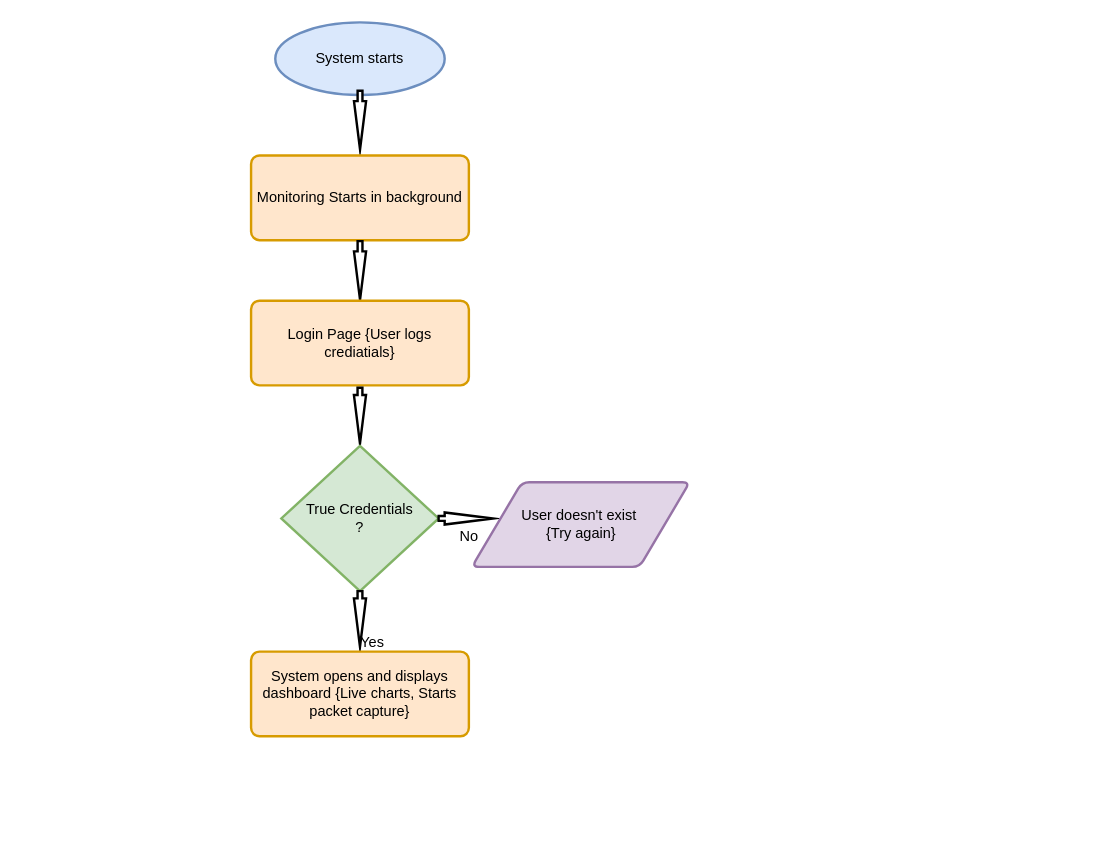
This is docs/Untitled Diagram.drawio from Bigst3pp3r/Simple-Network-Monitoring-System-main, a draw.io file, before an edit. Source tidied: cells renumbered, new cells numbered last; positions are measured from the earlier drawing's top-left corner, leaving out a move shared by most shapes. Both pictures are drawn from the tidied source at 121%, with x=0, y=0 at pixel (250, 22).
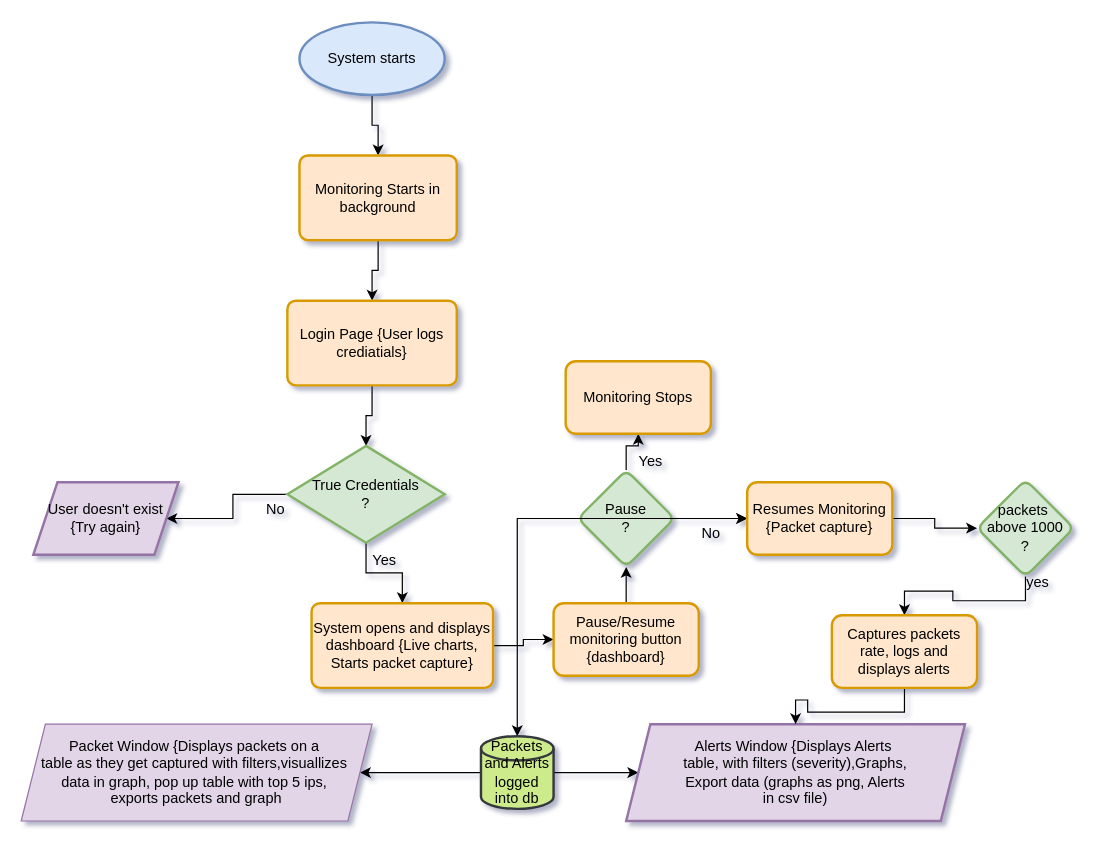
The same diagram, later.

What changed in the source:
```diff
@@
-<mxGraphModel background="#ffffff">
+<mxGraphModel background="#ffffff" shadow="1">
@@
+    <mxCell id="15" style="edgeStyle=orthogonalEdgeStyle;rounded=0;jettySize=auto;html=1;" parent="1" edge="1" source="2" target="4">
+      <mxGeometry relative="1" as="geometry" />
+    </mxCell>
     <mxCell id="2" value="System starts" style="strokeWidth=2;html=1;shape=mxgraph.flowchart.start_1;whiteSpace=wrap;fillColor=#dae8fc;strokeColor=#6c8ebf;" parent="1" vertex="1">
-      <mxGeometry x="20" width="140" height="60" as="geometry" />
+      <mxGeometry x="40" width="120" height="60" as="geometry" />
     </mxCell>
-    <mxCell id="3" style="verticalLabelPosition=bottom;verticalAlign=top;html=1;strokeWidth=2;shape=mxgraph.arrows2.arrow;dy=0.6;dx=40;notch=0;rotation=90;" parent="1" vertex="1">
-      <mxGeometry x="65.8" y="75.8" width="48.5" height="10" as="geometry" />
-    </mxCell>
+    <mxCell id="16" style="edgeStyle=orthogonalEdgeStyle;rounded=0;jettySize=auto;html=1;" parent="1" edge="1" source="4" target="6">
+      <mxGeometry relative="1" as="geometry" />
+    </mxCell>
     <mxCell id="4" value="Monitoring Starts in background" style="rounded=1;whiteSpace=wrap;html=1;absoluteArcSize=1;arcSize=14;strokeWidth=2;fillColor=#ffe6cc;strokeColor=#d79b00;" parent="1" vertex="1">
-      <mxGeometry y="110" width="180" height="70" as="geometry" />
+      <mxGeometry x="40" y="110" width="130" height="70" as="geometry" />
     </mxCell>
-    <mxCell id="5" style="verticalLabelPosition=bottom;verticalAlign=top;html=1;strokeWidth=2;shape=mxgraph.arrows2.arrow;dy=0.6;dx=40;notch=0;rotation=90;" parent="1" vertex="1">
-      <mxGeometry x="65.8" y="200" width="48.5" height="10" as="geometry" />
-    </mxCell>
+    <mxCell id="17" style="edgeStyle=orthogonalEdgeStyle;rounded=0;jettySize=auto;html=1;" parent="1" edge="1" source="6" target="8">
+      <mxGeometry relative="1" as="geometry" />
+    </mxCell>
     <mxCell id="6" value="Login Page {User logs crediatials}" style="rounded=1;whiteSpace=wrap;html=1;absoluteArcSize=1;arcSize=14;strokeWidth=2;fillColor=#ffe6cc;strokeColor=#d79b00;" parent="1" vertex="1">
-      <mxGeometry y="230" width="180" height="70" as="geometry" />
+      <mxGeometry x="30" y="230" width="140" height="70" as="geometry" />
     </mxCell>
-    <mxCell id="7" style="verticalLabelPosition=bottom;verticalAlign=top;html=1;strokeWidth=2;shape=mxgraph.arrows2.arrow;dy=0.6;dx=40;notch=0;rotation=90;" parent="1" vertex="1">
-      <mxGeometry x="67" y="320" width="46" height="10" as="geometry" />
-    </mxCell>
+    <mxCell id="18" style="edgeStyle=orthogonalEdgeStyle;rounded=0;jettySize=auto;html=1;" parent="1" edge="1" source="8" target="14">
+      <mxGeometry relative="1" as="geometry" />
+    </mxCell>
+    <mxCell id="19" style="edgeStyle=orthogonalEdgeStyle;rounded=0;jettySize=auto;html=1;" parent="1" edge="1" source="8" target="13">
+      <mxGeometry relative="1" as="geometry" />
+    </mxCell>
     <mxCell id="8" value="True Credentials&lt;div&gt;?&lt;/div&gt;" style="strokeWidth=2;html=1;shape=mxgraph.flowchart.decision;whiteSpace=wrap;fillColor=#d5e8d4;strokeColor=#82b366;" parent="1" vertex="1">
-      <mxGeometry x="25" y="350" width="130" height="120" as="geometry" />
+      <mxGeometry x="30" y="350" width="130" height="80" as="geometry" />
     </mxCell>
     <mxCell id="9" value="Yes" style="text;html=1;align=center;verticalAlign=middle;strokeColor=none;fillColor=none;" parent="1" vertex="1">
-      <mxGeometry x="80" y="498" width="40" height="30" as="geometry" />
+      <mxGeometry x="90" y="430" width="40" height="30" as="geometry" />
     </mxCell>
-    <mxCell id="10" style="verticalLabelPosition=bottom;verticalAlign=top;html=1;strokeWidth=2;shape=mxgraph.arrows2.arrow;dy=0.6;dx=40;notch=0;rotation=0;" parent="1" vertex="1">
-      <mxGeometry x="155" y="405" width="45" height="10" as="geometry" />
-    </mxCell>
-    <mxCell id="11" value="No" style="text;html=1;align=center;verticalAlign=middle;strokeColor=none;fillColor=none;" parent="1" vertex="1">
-      <mxGeometry x="160" y="410" width="40" height="30" as="geometry" />
-    </mxCell>
-    <mxCell id="12" style="verticalLabelPosition=bottom;verticalAlign=top;html=1;strokeWidth=2;shape=mxgraph.arrows2.arrow;dy=0.6;dx=40;notch=0;rotation=90;" parent="1" vertex="1">
-      <mxGeometry x="67" y="488" width="46" height="10" as="geometry" />
-    </mxCell>
+    <mxCell id="20" style="edgeStyle=orthogonalEdgeStyle;rounded=0;jettySize=auto;html=1;" parent="1" edge="1" source="14" target="22">
+      <mxGeometry relative="1" as="geometry" />
+    </mxCell>
+    <mxCell id="14" value="System opens and displays dashboard {Live charts, Starts packet capture}" style="rounded=1;whiteSpace=wrap;html=1;absoluteArcSize=1;arcSize=14;strokeWidth=2;fillColor=#ffe6cc;strokeColor=#d79b00;" parent="1" vertex="1">
+      <mxGeometry x="50" y="480" width="150" height="70" as="geometry" />
+    </mxCell>
+    <mxCell id="21" style="edgeStyle=orthogonalEdgeStyle;rounded=0;jettySize=auto;html=1;" parent="1" edge="1" source="22" target="27">
+      <mxGeometry relative="1" as="geometry" />
+    </mxCell>
+    <mxCell id="22" value="Pause/Resume monitoring button {dashboard}" style="rounded=1;whiteSpace=wrap;html=1;fillColor=#ffe6cc;strokeColor=#d79b00;arcSize=14;strokeWidth=2;" parent="1" vertex="1">
+      <mxGeometry x="250" y="480" width="120" height="60" as="geometry" />
+    </mxCell>
-    <mxCell id="13" value="User doesn't exist&amp;nbsp;&lt;div&gt;{Try again}&lt;/div&gt;" style="shape=parallelogram;html=1;strokeWidth=2;perimeter=parallelogramPerimeter;whiteSpace=wrap;rounded=1;arcSize=12;size=0.23;fillColor=#e1d5e7;strokeColor=#9673a6;" parent="1" vertex="1">
-      <mxGeometry x="182.5" y="380" width="180" height="70" as="geometry" />
+    <mxCell id="13" value="User doesn't exist&lt;div&gt;{Try again}&lt;/div&gt;" style="shape=parallelogram;perimeter=parallelogramPerimeter;whiteSpace=wrap;html=1;fixedSize=1;fillColor=#e1d5e7;strokeColor=#9673a6;strokeWidth=2;" parent="1" vertex="1">
+      <mxGeometry x="-180" y="380" width="120" height="60" as="geometry" />
     </mxCell>
-    <mxCell id="14" value="System opens and displays dashboard {Live charts, Starts packet capture}" style="rounded=1;whiteSpace=wrap;html=1;absoluteArcSize=1;arcSize=14;strokeWidth=2;fillColor=#ffe6cc;strokeColor=#d79b00;" parent="1" vertex="1">
-      <mxGeometry y="520" width="180" height="70" as="geometry" />
-    </mxCell>
+    <mxCell id="23" value="No" style="text;html=1;align=center;verticalAlign=middle;strokeColor=none;fillColor=none;" parent="1" vertex="1">
+      <mxGeometry y="388" width="40" height="30" as="geometry" />
+    </mxCell>
+    <mxCell id="24" style="edgeStyle=orthogonalEdgeStyle;rounded=0;jettySize=auto;html=1;" parent="1" edge="1" source="27" target="28">
+      <mxGeometry relative="1" as="geometry" />
+    </mxCell>
+    <mxCell id="25" style="edgeStyle=orthogonalEdgeStyle;rounded=0;jettySize=auto;html=1;" parent="1" edge="1" source="27" target="32">
+      <mxGeometry relative="1" as="geometry" />
+    </mxCell>
+    <mxCell id="26" style="edgeStyle=orthogonalEdgeStyle;rounded=0;jettySize=auto;html=1;" parent="1" edge="1" source="27" target="32">
+      <mxGeometry relative="1" as="geometry" />
+    </mxCell>
+    <mxCell id="27" value="Pause&lt;div&gt;?&lt;/div&gt;" style="rhombus;whiteSpace=wrap;html=1;fillColor=#d5e8d4;strokeColor=#82b366;rounded=1;arcSize=14;strokeWidth=2;" parent="1" vertex="1">
+      <mxGeometry x="270" y="370" width="80" height="80" as="geometry" />
+    </mxCell>
+    <mxCell id="28" value="Monitoring Stops" style="whiteSpace=wrap;html=1;fillColor=#ffe6cc;strokeColor=#d79b00;rounded=1;arcSize=14;strokeWidth=2;" parent="1" vertex="1">
+      <mxGeometry x="260" y="280" width="120" height="60" as="geometry" />
+    </mxCell>
+    <mxCell id="29" value="Yes" style="text;html=1;align=center;verticalAlign=middle;strokeColor=none;fillColor=none;" parent="1" vertex="1">
+      <mxGeometry x="310" y="348" width="40" height="30" as="geometry" />
+    </mxCell>
+    <mxCell id="30" style="edgeStyle=orthogonalEdgeStyle;rounded=0;jettySize=auto;html=1;" parent="1" edge="1" source="32" target="36">
+      <mxGeometry relative="1" as="geometry" />
+    </mxCell>
+    <mxCell id="31" style="edgeStyle=orthogonalEdgeStyle;rounded=0;jettySize=auto;html=1;" parent="1" edge="1" source="32" target="40">
+      <mxGeometry relative="1" as="geometry" />
+    </mxCell>
+    <mxCell id="32" value="Resumes Monitoring&lt;div&gt;{Packet capture}&lt;/div&gt;" style="whiteSpace=wrap;html=1;fillColor=#ffe6cc;strokeColor=#d79b00;rounded=1;arcSize=14;strokeWidth=2;" parent="1" vertex="1">
+      <mxGeometry x="410" y="380" width="120" height="60" as="geometry" />
+    </mxCell>
+    <mxCell id="33" value="No" style="text;html=1;align=center;verticalAlign=middle;strokeColor=none;fillColor=none;" parent="1" vertex="1">
+      <mxGeometry x="360" y="408" width="40" height="30" as="geometry" />
+    </mxCell>
+    <mxCell id="34" style="edgeStyle=orthogonalEdgeStyle;rounded=0;jettySize=auto;html=1;" parent="1" edge="1" source="36" target="37">
+      <mxGeometry relative="1" as="geometry" />
+    </mxCell>
+    <mxCell id="35" style="edgeStyle=orthogonalEdgeStyle;rounded=0;jettySize=auto;html=1;" parent="1" edge="1" source="36" target="38">
+      <mxGeometry relative="1" as="geometry" />
+    </mxCell>
+    <mxCell id="36" value="Packets and Alerts logged into db" style="strokeWidth=2;html=1;shape=mxgraph.flowchart.database;whiteSpace=wrap;fillColor=#cdeb8b;strokeColor=#36393d;" parent="1" vertex="1">
+      <mxGeometry x="190" y="590" width="60" height="60" as="geometry" />
+    </mxCell>
+    <mxCell id="37" value="Packet Window {Displays packets on a&amp;nbsp;&lt;div&gt;table as they get captured with filters,visuallizes&amp;nbsp;&lt;/div&gt;&lt;div&gt;data in graph, pop up table with top 5 ips,&amp;nbsp;&lt;/div&gt;&lt;div&gt;exports packets and graph&lt;/div&gt;" style="shape=parallelogram;perimeter=parallelogramPerimeter;whiteSpace=wrap;html=1;fixedSize=1;fillColor=#e1d5e7;strokeColor=#9673a6;" parent="1" vertex="1">
+      <mxGeometry x="-190" y="580" width="290" height="80" as="geometry" />
+    </mxCell>
+    <mxCell id="38" value="Alerts Window&amp;nbsp;&lt;span style=&quot;background-color: transparent; color: light-dark(rgb(0, 0, 0), rgb(255, 255, 255));&quot;&gt;{Displays Alerts&amp;nbsp;&lt;/span&gt;&lt;div&gt;table, with filters (severity),Graphs,&lt;/div&gt;&lt;div&gt;Export data (graphs as png, Alerts&lt;/div&gt;&lt;div&gt;in csv file)&lt;/div&gt;" style="shape=parallelogram;perimeter=parallelogramPerimeter;whiteSpace=wrap;html=1;fixedSize=1;fillColor=#e1d5e7;strokeColor=#9673a6;strokeWidth=2;" parent="1" vertex="1">
+      <mxGeometry x="310" y="580" width="280" height="80" as="geometry" />
+    </mxCell>
+    <mxCell id="39" style="edgeStyle=orthogonalEdgeStyle;rounded=0;jettySize=auto;html=1;" parent="1" edge="1" source="40" target="42">
+      <mxGeometry relative="1" as="geometry" />
+    </mxCell>
+    <mxCell id="40" value="packets&amp;nbsp;&lt;div&gt;above 1000&lt;/div&gt;&lt;div&gt;?&lt;/div&gt;" style="rhombus;whiteSpace=wrap;html=1;fillColor=#d5e8d4;strokeColor=#82b366;rounded=1;arcSize=14;strokeWidth=2;" parent="1" vertex="1">
+      <mxGeometry x="600" y="378" width="80" height="80" as="geometry" />
+    </mxCell>
+    <mxCell id="41" style="edgeStyle=orthogonalEdgeStyle;rounded=0;jettySize=auto;html=1;" parent="1" edge="1" source="42" target="38">
+      <mxGeometry relative="1" as="geometry" />
+    </mxCell>
+    <mxCell id="42" value="Captures packets rate, logs and displays alerts" style="whiteSpace=wrap;html=1;fillColor=#ffe6cc;strokeColor=#d79b00;rounded=1;arcSize=14;strokeWidth=2;" parent="1" vertex="1">
+      <mxGeometry x="480" y="490" width="120" height="60" as="geometry" />
+    </mxCell>
+    <mxCell id="43" value="yes" style="text;html=1;align=center;verticalAlign=middle;strokeColor=none;fillColor=none;" parent="1" vertex="1">
+      <mxGeometry x="630" y="448" width="40" height="30" as="geometry" />
+    </mxCell>
```
